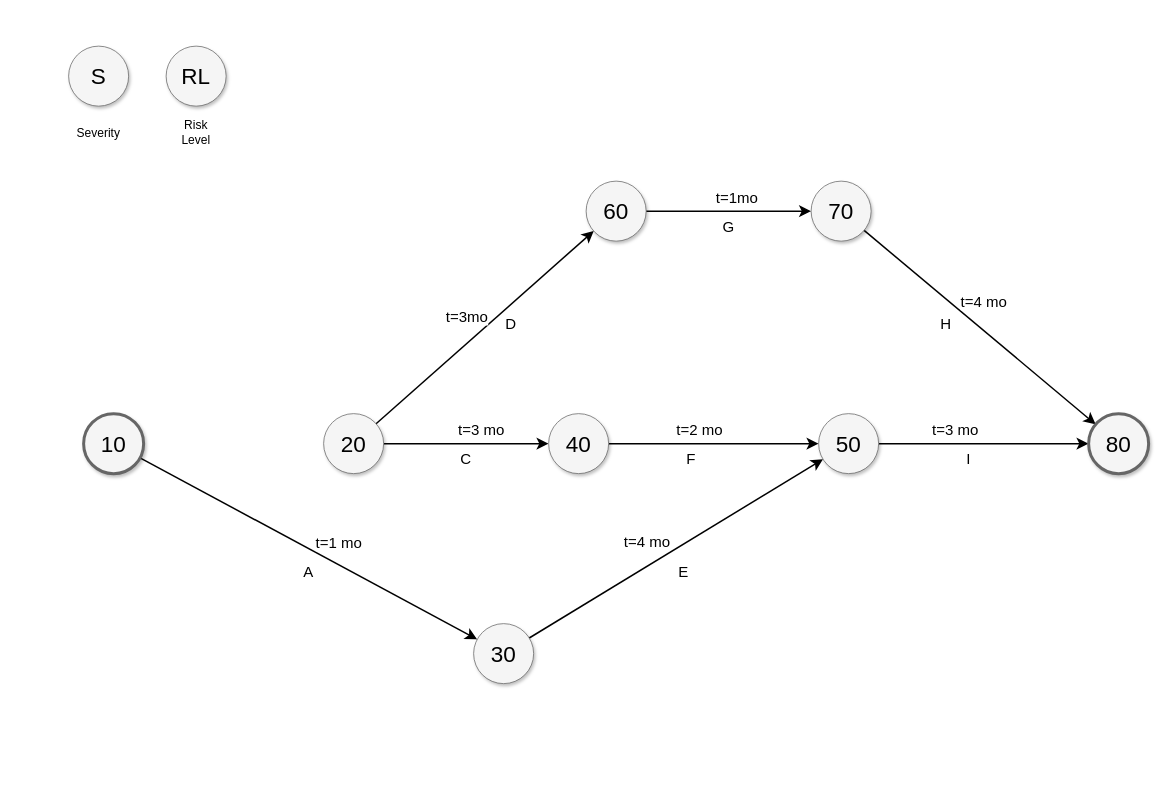
This is Untitled Diagram.drawio from moloti/Accident-Prediction, a draw.io file, before an edit. Source tidied: cells renumbered, new cells numbered last; positions are measured from the earlier drawing's top-left corner, leaving out a move shared by most shapes. Both pictures are drawn from the tidied source at 75%, with x=0, y=0 at pixel (68, 46).
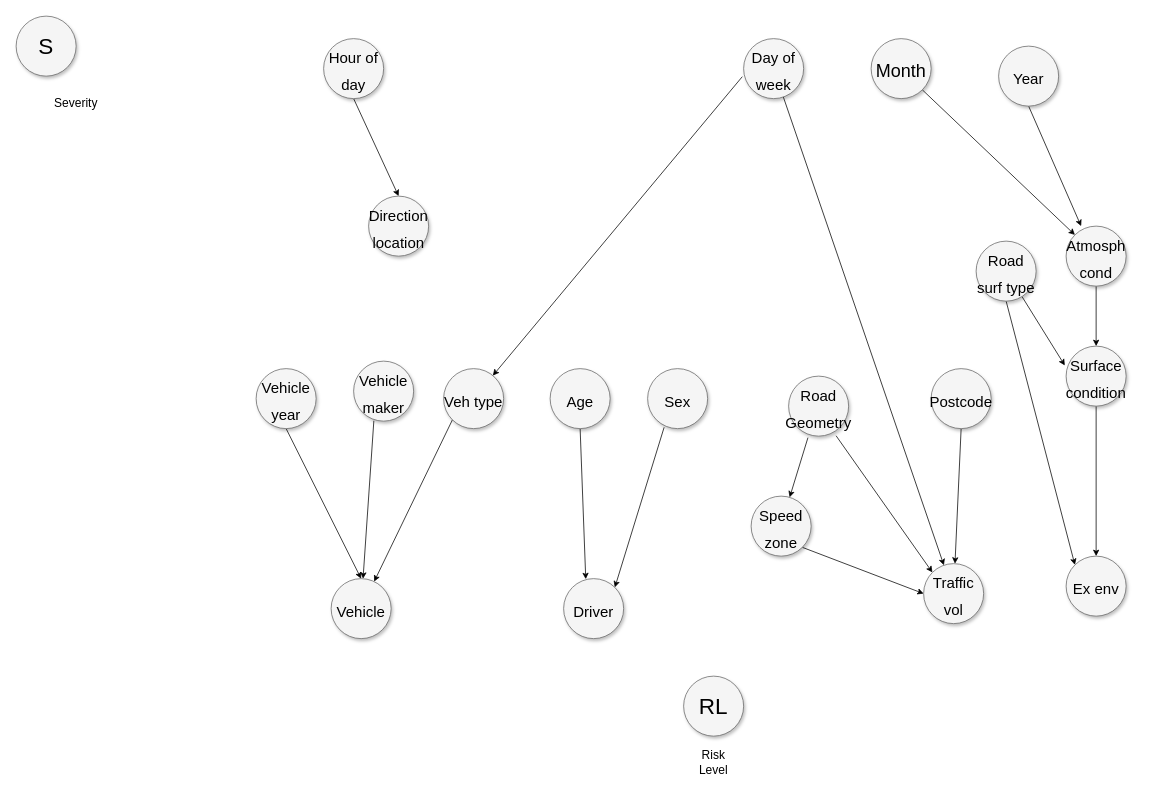
The same diagram, later.

Change to the diagram source:
```diff
@@
-    <mxCell id="2" style="edgeStyle=none;curved=1;html=1;startSize=10;endFill=1;endSize=10;strokeWidth=2;fontSize=12;" parent="1" edge="1" source="4" target="12">
-      <mxGeometry relative="1" as="geometry" />
-    </mxCell>
-    <mxCell id="3" value="t=1 mo" style="text;html=1;align=center;verticalAlign=middle;labelBackgroundColor=#ffffff;fontSize=20;" parent="2" vertex="1">
-      <mxGeometry x="-0.07" y="-2" relative="1" as="geometry">
-        <mxPoint x="57" y="-3" as="offset" />
-      </mxGeometry>
-    </mxCell>
-    <mxCell id="4" value="10" style="ellipse;whiteSpace=wrap;html=1;rounded=0;shadow=1;strokeColor=#666666;strokeWidth=4;fontSize=30;align=center;fillColor=#f5f5f5;" parent="1" vertex="1">
-      <mxGeometry x="20" y="490" width="80" height="80" as="geometry" />
-    </mxCell>
-    <mxCell id="5" style="edgeStyle=none;curved=1;html=1;startSize=10;endFill=1;endSize=10;strokeWidth=2;fontSize=12;" parent="1" edge="1" source="9" target="21">
-      <mxGeometry relative="1" as="geometry" />
-    </mxCell>
-    <mxCell id="6" value="t=3 mo" style="text;html=1;align=center;verticalAlign=middle;labelBackgroundColor=#ffffff;fontSize=20;" parent="5" vertex="1">
-      <mxGeometry x="0.15" relative="1" as="geometry">
-        <mxPoint x="3" y="-20" as="offset" />
-      </mxGeometry>
-    </mxCell>
-    <mxCell id="7" style="edgeStyle=none;curved=1;html=1;startSize=10;endFill=1;endSize=10;strokeWidth=2;fontSize=12;" parent="1" edge="1" source="9" target="18">
-      <mxGeometry relative="1" as="geometry" />
-    </mxCell>
-    <mxCell id="8" value="t=3mo" style="text;html=1;align=center;verticalAlign=middle;labelBackgroundColor=#ffffff;fontSize=20;" parent="7" vertex="1">
-      <mxGeometry x="0.17" y="-3" relative="1" as="geometry">
-        <mxPoint x="-51" y="4" as="offset" />
-      </mxGeometry>
-    </mxCell>
-    <mxCell id="9" value="20" style="ellipse;whiteSpace=wrap;html=1;rounded=0;shadow=1;strokeColor=#666666;strokeWidth=1;fontSize=30;align=center;fillColor=#f5f5f5;" parent="1" vertex="1">
-      <mxGeometry x="340" y="490" width="80" height="80" as="geometry" />
-    </mxCell>
-    <mxCell id="10" style="edgeStyle=none;curved=1;html=1;startSize=10;endFill=1;endSize=10;strokeWidth=2;fontSize=12;" parent="1" edge="1" source="12" target="15">
-      <mxGeometry relative="1" as="geometry" />
-    </mxCell>
-    <mxCell id="11" value="t=4 mo" style="text;html=1;align=center;verticalAlign=middle;labelBackgroundColor=#ffffff;fontSize=20;" parent="10" vertex="1">
-      <mxGeometry x="-0.13" y="-6" relative="1" as="geometry">
-        <mxPoint x="-17" y="-31" as="offset" />
-      </mxGeometry>
-    </mxCell>
-    <mxCell id="12" value="30" style="ellipse;whiteSpace=wrap;html=1;rounded=0;shadow=1;strokeColor=#666666;strokeWidth=1;fontSize=30;align=center;fillColor=#f5f5f5;" parent="1" vertex="1">
-      <mxGeometry x="540" y="770" width="80" height="80" as="geometry" />
-    </mxCell>
-    <mxCell id="13" style="edgeStyle=none;curved=1;html=1;startSize=10;endFill=1;endSize=10;strokeWidth=2;fontSize=12;" parent="1" edge="1" source="15" target="25">
-      <mxGeometry relative="1" as="geometry" />
-    </mxCell>
-    <mxCell id="14" value="t=3 mo" style="text;html=1;align=center;verticalAlign=middle;labelBackgroundColor=#ffffff;fontSize=20;" parent="13" vertex="1">
-      <mxGeometry x="-0.41" y="-1" relative="1" as="geometry">
-        <mxPoint x="18" y="-21" as="offset" />
-      </mxGeometry>
-    </mxCell>
-    <mxCell id="15" value="50" style="ellipse;whiteSpace=wrap;html=1;rounded=0;shadow=1;strokeColor=#666666;strokeWidth=1;fontSize=30;align=center;fillColor=#f5f5f5;" parent="1" vertex="1">
-      <mxGeometry x="1000" y="490" width="80" height="80" as="geometry" />
-    </mxCell>
-    <mxCell id="16" style="edgeStyle=none;curved=1;html=1;startSize=10;endFill=1;endSize=10;strokeWidth=2;fontSize=12;" parent="1" edge="1" source="18" target="24">
-      <mxGeometry relative="1" as="geometry" />
-    </mxCell>
-    <mxCell id="17" value="t=1mo" style="text;html=1;align=center;verticalAlign=middle;labelBackgroundColor=#ffffff;fontSize=20;" parent="16" vertex="1">
-      <mxGeometry x="-0.07" y="-5" relative="1" as="geometry">
-        <mxPoint x="18" y="-25" as="offset" />
-      </mxGeometry>
-    </mxCell>
-    <mxCell id="18" value="60" style="ellipse;whiteSpace=wrap;html=1;rounded=0;shadow=1;strokeColor=#666666;strokeWidth=1;fontSize=30;align=center;fillColor=#f5f5f5;" parent="1" vertex="1">
-      <mxGeometry x="690" y="180" width="80" height="80" as="geometry" />
-    </mxCell>
-    <mxCell id="19" style="edgeStyle=none;curved=1;html=1;startSize=10;endFill=1;endSize=10;strokeWidth=2;fontSize=12;" parent="1" edge="1" source="21" target="15">
-      <mxGeometry relative="1" as="geometry" />
-    </mxCell>
-    <mxCell id="20" value="t=2 mo" style="text;html=1;align=center;verticalAlign=middle;labelBackgroundColor=#ffffff;fontSize=20;" parent="19" vertex="1">
-      <mxGeometry x="-0.35" y="-1" relative="1" as="geometry">
-        <mxPoint x="29" y="-21" as="offset" />
-      </mxGeometry>
-    </mxCell>
-    <mxCell id="21" value="40" style="ellipse;whiteSpace=wrap;html=1;rounded=0;shadow=1;strokeColor=#666666;strokeWidth=1;fontSize=30;align=center;fillColor=#f5f5f5;" parent="1" vertex="1">
-      <mxGeometry x="640" y="490" width="80" height="80" as="geometry" />
-    </mxCell>
-    <mxCell id="22" style="edgeStyle=none;curved=1;html=1;startSize=10;endFill=1;endSize=10;strokeWidth=2;fontSize=12;" parent="1" edge="1" source="24" target="25">
-      <mxGeometry relative="1" as="geometry" />
-    </mxCell>
-    <mxCell id="23" value="t=4 mo" style="text;html=1;align=center;verticalAlign=middle;labelBackgroundColor=#ffffff;fontSize=20;" parent="22" vertex="1">
-      <mxGeometry x="-0.27" y="2" relative="1" as="geometry">
-        <mxPoint x="45" y="1" as="offset" />
-      </mxGeometry>
-    </mxCell>
-    <mxCell id="24" value="70" style="ellipse;whiteSpace=wrap;html=1;rounded=0;shadow=1;strokeColor=#666666;strokeWidth=1;fontSize=30;align=center;fillColor=#f5f5f5;" parent="1" vertex="1">
-      <mxGeometry x="990" y="180" width="80" height="80" as="geometry" />
-    </mxCell>
-    <mxCell id="25" value="80" style="ellipse;whiteSpace=wrap;html=1;rounded=0;shadow=1;strokeColor=#666666;strokeWidth=4;fontSize=30;align=center;fillColor=#f5f5f5;" parent="1" vertex="1">
-      <mxGeometry x="1360" y="490" width="80" height="80" as="geometry" />
-    </mxCell>
-    <mxCell id="26" value="A" style="text;html=1;strokeColor=none;fillColor=none;align=center;verticalAlign=middle;whiteSpace=wrap;rounded=0;shadow=1;labelBackgroundColor=none;fontSize=20;" parent="1" vertex="1">
-      <mxGeometry x="300" y="690" width="40" height="20" as="geometry" />
-    </mxCell>
-    <mxCell id="27" value="C" style="text;html=1;strokeColor=none;fillColor=none;align=center;verticalAlign=middle;whiteSpace=wrap;rounded=0;shadow=1;labelBackgroundColor=none;fontSize=20;" parent="1" vertex="1">
-      <mxGeometry x="510" y="540" width="40" height="20" as="geometry" />
-    </mxCell>
-    <mxCell id="28" value="D" style="text;html=1;strokeColor=none;fillColor=none;align=center;verticalAlign=middle;whiteSpace=wrap;rounded=0;shadow=1;labelBackgroundColor=none;fontSize=20;" parent="1" vertex="1">
-      <mxGeometry x="570" y="360" width="40" height="20" as="geometry" />
-    </mxCell>
-    <mxCell id="29" value="E" style="text;html=1;strokeColor=none;fillColor=none;align=center;verticalAlign=middle;whiteSpace=wrap;rounded=0;shadow=1;labelBackgroundColor=none;fontSize=20;" parent="1" vertex="1">
-      <mxGeometry x="800" y="690" width="40" height="20" as="geometry" />
-    </mxCell>
-    <mxCell id="30" value="F" style="text;html=1;strokeColor=none;fillColor=none;align=center;verticalAlign=middle;whiteSpace=wrap;rounded=0;shadow=1;labelBackgroundColor=none;fontSize=20;" parent="1" vertex="1">
-      <mxGeometry x="810" y="540" width="40" height="20" as="geometry" />
-    </mxCell>
-    <mxCell id="31" value="G" style="text;html=1;strokeColor=none;fillColor=none;align=center;verticalAlign=middle;whiteSpace=wrap;rounded=0;shadow=1;labelBackgroundColor=none;fontSize=20;" parent="1" vertex="1">
-      <mxGeometry x="860" y="230" width="40" height="20" as="geometry" />
-    </mxCell>
-    <mxCell id="32" value="H" style="text;html=1;strokeColor=none;fillColor=none;align=center;verticalAlign=middle;whiteSpace=wrap;rounded=0;shadow=1;labelBackgroundColor=none;fontSize=20;" parent="1" vertex="1">
-      <mxGeometry x="1150" y="360" width="40" height="20" as="geometry" />
-    </mxCell>
-    <mxCell id="33" value="I" style="text;html=1;strokeColor=none;fillColor=none;align=center;verticalAlign=middle;whiteSpace=wrap;rounded=0;shadow=1;labelBackgroundColor=none;fontSize=20;" parent="1" vertex="1">
-      <mxGeometry x="1180" y="540" width="40" height="20" as="geometry" />
-    </mxCell>
     <mxCell id="34" value="S" style="ellipse;whiteSpace=wrap;html=1;rounded=0;shadow=1;strokeColor=#666666;strokeWidth=1;fontSize=30;align=center;fillColor=#f5f5f5;labelPadding=0;" parent="1" vertex="1">
-      <mxGeometry width="80" height="80" as="geometry" />
+      <mxGeometry x="-70" y="-40" width="80" height="80" as="geometry" />
     </mxCell>
     <mxCell id="35" value="&lt;font style=&quot;font-size: 16px&quot;&gt;Severity&lt;/font&gt;" style="text;html=1;strokeColor=none;fillColor=none;align=center;verticalAlign=middle;whiteSpace=wrap;rounded=0;" parent="1" vertex="1">
-      <mxGeometry x="10" y="100" width="60" height="30" as="geometry" />
+      <mxGeometry x="-20" y="60" width="60" height="30" as="geometry" />
     </mxCell>
     <mxCell id="36" value="RL" style="ellipse;whiteSpace=wrap;html=1;rounded=0;shadow=1;strokeColor=#666666;strokeWidth=1;fontSize=30;align=center;fillColor=#f5f5f5;labelPadding=0;" parent="1" vertex="1">
-      <mxGeometry x="130" width="80" height="80" as="geometry" />
+      <mxGeometry x="820" y="840" width="80" height="80" as="geometry" />
     </mxCell>
     <mxCell id="37" value="&lt;font style=&quot;font-size: 16px&quot;&gt;Risk Level&lt;/font&gt;" style="text;html=1;strokeColor=none;fillColor=none;align=center;verticalAlign=middle;whiteSpace=wrap;rounded=0;" parent="1" vertex="1">
-      <mxGeometry x="140" y="100" width="60" height="30" as="geometry" />
+      <mxGeometry x="830" y="940" width="60" height="30" as="geometry" />
     </mxCell>
+    <mxCell id="38" style="rounded=0;jettySize=auto;html=1;exitX=1;exitY=1;exitDx=0;exitDy=0;entryX=0;entryY=0;entryDx=0;entryDy=0;fontSize=20;" parent="1" edge="1" source="39" target="61">
+      <mxGeometry relative="1" as="geometry" />
+    </mxCell>
+    <mxCell id="39" value="&lt;font style=&quot;font-size: 24px&quot;&gt;Month&lt;/font&gt;" style="ellipse;whiteSpace=wrap;html=1;rounded=0;shadow=1;strokeColor=#666666;strokeWidth=1;fontSize=30;align=center;fillColor=#f5f5f5;labelPadding=0;" parent="1" vertex="1">
+      <mxGeometry x="1070" y="-10" width="80" height="80" as="geometry" />
+    </mxCell>
+    <mxCell id="40" style="edgeStyle=none;rounded=0;jettySize=auto;html=1;exitX=0.5;exitY=1;exitDx=0;exitDy=0;entryX=0.5;entryY=0;entryDx=0;entryDy=0;fontSize=20;" parent="1" edge="1" source="41" target="49">
+      <mxGeometry relative="1" as="geometry" />
+    </mxCell>
+    <mxCell id="41" value="&lt;span style=&quot;line-height: 0.9&quot;&gt;&lt;font style=&quot;font-size: 20px&quot;&gt;Hour of day&lt;/font&gt;&lt;/span&gt;" style="ellipse;whiteSpace=wrap;html=1;rounded=0;shadow=1;strokeColor=#666666;strokeWidth=1;fontSize=30;align=center;fillColor=#f5f5f5;labelPadding=0;" parent="1" vertex="1">
+      <mxGeometry x="340" y="-10" width="80" height="80" as="geometry" />
+    </mxCell>
+    <mxCell id="42" style="edgeStyle=none;rounded=0;jettySize=auto;html=1;fontSize=20;" parent="1" edge="1" source="44" target="75">
+      <mxGeometry relative="1" as="geometry" />
+    </mxCell>
+    <mxCell id="43" style="edgeStyle=none;rounded=0;jettySize=auto;html=1;exitX=-0.022;exitY=0.634;exitDx=0;exitDy=0;fontSize=20;exitPerimeter=0;" parent="1" edge="1" source="44" target="63">
+      <mxGeometry relative="1" as="geometry" />
+    </mxCell>
+    <mxCell id="44" value="&lt;font style=&quot;font-size: 20px&quot;&gt;Day of week&lt;/font&gt;" style="ellipse;whiteSpace=wrap;html=1;rounded=0;shadow=1;strokeColor=#666666;strokeWidth=1;fontSize=30;align=center;fillColor=#f5f5f5;labelPadding=0;" parent="1" vertex="1">
+      <mxGeometry x="900" y="-10" width="80" height="80" as="geometry" />
+    </mxCell>
+    <mxCell id="45" style="edgeStyle=none;rounded=0;jettySize=auto;html=1;exitX=0.5;exitY=1;exitDx=0;exitDy=0;entryX=0.369;entryY=0.009;entryDx=0;entryDy=0;entryPerimeter=0;fontSize=20;" parent="1" edge="1" source="46" target="70">
+      <mxGeometry relative="1" as="geometry" />
+    </mxCell>
+    <mxCell id="46" value="&lt;font style=&quot;font-size: 20px&quot;&gt;Age&lt;br&gt;&lt;/font&gt;" style="ellipse;whiteSpace=wrap;html=1;rounded=0;shadow=1;strokeColor=#666666;strokeWidth=1;fontSize=30;align=center;fillColor=#f5f5f5;labelPadding=0;" parent="1" vertex="1">
+      <mxGeometry x="642" y="430" width="80" height="80" as="geometry" />
+    </mxCell>
+    <mxCell id="47" style="edgeStyle=none;rounded=0;jettySize=auto;html=1;exitX=1;exitY=1;exitDx=0;exitDy=0;fontSize=20;entryX=0;entryY=0.5;entryDx=0;entryDy=0;entryPerimeter=0;" parent="1" edge="1" source="48" target="75">
+      <mxGeometry relative="1" as="geometry" />
+    </mxCell>
+    <mxCell id="48" value="&lt;font style=&quot;font-size: 20px&quot;&gt;Speed zone&lt;br&gt;&lt;/font&gt;" style="ellipse;whiteSpace=wrap;html=1;rounded=0;shadow=1;strokeColor=#666666;strokeWidth=1;fontSize=30;align=center;fillColor=#f5f5f5;labelPadding=0;" parent="1" vertex="1">
+      <mxGeometry x="910" y="600" width="80" height="80" as="geometry" />
+    </mxCell>
+    <mxCell id="49" value="&lt;font style=&quot;font-size: 20px&quot;&gt;Direction location&lt;br&gt;&lt;/font&gt;" style="ellipse;whiteSpace=wrap;html=1;rounded=0;shadow=1;strokeColor=#666666;strokeWidth=1;fontSize=30;align=center;fillColor=#f5f5f5;labelPadding=0;" parent="1" vertex="1">
+      <mxGeometry x="400" y="200" width="80" height="80" as="geometry" />
+    </mxCell>
+    <mxCell id="50" style="edgeStyle=none;rounded=0;jettySize=auto;html=1;exitX=0.5;exitY=1;exitDx=0;exitDy=0;entryX=0.5;entryY=0;entryDx=0;entryDy=0;fontSize=20;" parent="1" edge="1" source="51" target="59">
+      <mxGeometry relative="1" as="geometry" />
+    </mxCell>
+    <mxCell id="51" value="&lt;font style=&quot;font-size: 20px&quot;&gt;Surface condition&lt;br&gt;&lt;/font&gt;" style="ellipse;whiteSpace=wrap;html=1;rounded=0;shadow=1;strokeColor=#666666;strokeWidth=1;fontSize=30;align=center;fillColor=#f5f5f5;labelPadding=0;" parent="1" vertex="1">
+      <mxGeometry x="1330" y="400" width="80" height="80" as="geometry" />
+    </mxCell>
+    <mxCell id="52" style="edgeStyle=none;rounded=0;jettySize=auto;html=1;exitX=0.791;exitY=0.994;exitDx=0;exitDy=0;entryX=0;entryY=0;entryDx=0;entryDy=0;fontSize=20;exitPerimeter=0;" parent="1" edge="1" source="54" target="75">
+      <mxGeometry relative="1" as="geometry" />
+    </mxCell>
+    <mxCell id="53" style="edgeStyle=none;rounded=0;jettySize=auto;html=1;exitX=0.322;exitY=1.025;exitDx=0;exitDy=0;fontSize=20;exitPerimeter=0;" parent="1" edge="1" source="54" target="48">
+      <mxGeometry relative="1" as="geometry" />
+    </mxCell>
+    <mxCell id="54" value="&lt;font style=&quot;font-size: 20px&quot;&gt;Road Geometry&lt;br&gt;&lt;/font&gt;" style="ellipse;whiteSpace=wrap;html=1;rounded=0;shadow=1;strokeColor=#666666;strokeWidth=1;fontSize=30;align=center;fillColor=#f5f5f5;labelPadding=0;" parent="1" vertex="1">
+      <mxGeometry x="960" y="440" width="80" height="80" as="geometry" />
+    </mxCell>
+    <mxCell id="55" style="edgeStyle=none;rounded=0;jettySize=auto;html=1;exitX=0.5;exitY=1;exitDx=0;exitDy=0;fontSize=20;" parent="1" edge="1" source="56" target="75">
+      <mxGeometry relative="1" as="geometry" />
+    </mxCell>
+    <mxCell id="56" value="&lt;font style=&quot;font-size: 20px&quot;&gt;Postcode&lt;br&gt;&lt;/font&gt;" style="ellipse;whiteSpace=wrap;html=1;rounded=0;shadow=1;strokeColor=#666666;strokeWidth=1;fontSize=30;align=center;fillColor=#f5f5f5;labelPadding=0;" parent="1" vertex="1">
+      <mxGeometry x="1150" y="430" width="80" height="80" as="geometry" />
+    </mxCell>
+    <mxCell id="57" style="edgeStyle=none;rounded=0;jettySize=auto;html=1;exitX=0.5;exitY=1;exitDx=0;exitDy=0;entryX=0.5;entryY=0;entryDx=0;entryDy=0;fontSize=20;" parent="1" edge="1" source="58" target="67">
+      <mxGeometry relative="1" as="geometry" />
+    </mxCell>
+    <mxCell id="58" value="&lt;font style=&quot;font-size: 20px&quot;&gt;Vehicle year&lt;br&gt;&lt;/font&gt;" style="ellipse;whiteSpace=wrap;html=1;rounded=0;shadow=1;strokeColor=#666666;strokeWidth=1;fontSize=30;align=center;fillColor=#f5f5f5;labelPadding=0;" parent="1" vertex="1">
+      <mxGeometry x="250" y="430" width="80" height="80" as="geometry" />
+    </mxCell>
+    <mxCell id="59" value="&lt;font style=&quot;font-size: 20px&quot;&gt;Ex env&lt;br&gt;&lt;/font&gt;" style="ellipse;whiteSpace=wrap;html=1;rounded=0;shadow=1;strokeColor=#666666;strokeWidth=1;fontSize=30;align=center;fillColor=#f5f5f5;labelPadding=0;" parent="1" vertex="1">
+      <mxGeometry x="1330" y="680" width="80" height="80" as="geometry" />
+    </mxCell>
+    <mxCell id="60" style="edgeStyle=none;rounded=0;jettySize=auto;html=1;fontSize=20;" parent="1" edge="1" source="61" target="51">
+      <mxGeometry relative="1" as="geometry" />
+    </mxCell>
+    <mxCell id="61" value="&lt;font style=&quot;font-size: 20px&quot;&gt;Atmosph cond&lt;br&gt;&lt;/font&gt;" style="ellipse;whiteSpace=wrap;html=1;rounded=0;shadow=1;strokeColor=#666666;strokeWidth=1;fontSize=30;align=center;fillColor=#f5f5f5;labelPadding=0;" parent="1" vertex="1">
+      <mxGeometry x="1330" y="240" width="80" height="80" as="geometry" />
+    </mxCell>
+    <mxCell id="62" style="edgeStyle=none;rounded=0;jettySize=auto;html=1;exitX=0;exitY=1;exitDx=0;exitDy=0;fontSize=20;" parent="1" edge="1" source="63" target="67">
+      <mxGeometry relative="1" as="geometry" />
+    </mxCell>
+    <mxCell id="63" value="&lt;font style=&quot;font-size: 20px&quot;&gt;Veh type&lt;br&gt;&lt;/font&gt;" style="ellipse;whiteSpace=wrap;html=1;rounded=0;shadow=1;strokeColor=#666666;strokeWidth=1;fontSize=30;align=center;fillColor=#f5f5f5;labelPadding=0;" parent="1" vertex="1">
+      <mxGeometry x="500" y="430" width="80" height="80" as="geometry" />
+    </mxCell>
+    <mxCell id="64" style="edgeStyle=none;rounded=0;jettySize=auto;html=1;entryX=-0.022;entryY=0.322;entryDx=0;entryDy=0;entryPerimeter=0;fontSize=20;" parent="1" edge="1" source="66" target="51">
+      <mxGeometry relative="1" as="geometry" />
+    </mxCell>
+    <mxCell id="65" style="edgeStyle=none;rounded=0;jettySize=auto;html=1;exitX=0.5;exitY=1;exitDx=0;exitDy=0;entryX=0;entryY=0;entryDx=0;entryDy=0;fontSize=20;" parent="1" edge="1" source="66" target="59">
+      <mxGeometry relative="1" as="geometry" />
+    </mxCell>
+    <mxCell id="66" value="&lt;font style=&quot;font-size: 20px&quot;&gt;Road surf type&lt;br&gt;&lt;/font&gt;" style="ellipse;whiteSpace=wrap;html=1;rounded=0;shadow=1;strokeColor=#666666;strokeWidth=1;fontSize=30;align=center;fillColor=#f5f5f5;labelPadding=0;" parent="1" vertex="1">
+      <mxGeometry x="1210" y="260" width="80" height="80" as="geometry" />
+    </mxCell>
+    <mxCell id="67" value="&lt;font style=&quot;font-size: 20px&quot;&gt;Vehicle&lt;br&gt;&lt;/font&gt;" style="ellipse;whiteSpace=wrap;html=1;rounded=0;shadow=1;strokeColor=#666666;strokeWidth=1;fontSize=30;align=center;fillColor=#f5f5f5;labelPadding=0;" parent="1" vertex="1">
+      <mxGeometry x="350" y="710" width="80" height="80" as="geometry" />
+    </mxCell>
+    <mxCell id="68" style="edgeStyle=none;rounded=0;jettySize=auto;html=1;exitX=0.275;exitY=0.978;exitDx=0;exitDy=0;entryX=1;entryY=0;entryDx=0;entryDy=0;fontSize=20;exitPerimeter=0;" parent="1" edge="1" source="69" target="70">
+      <mxGeometry relative="1" as="geometry" />
+    </mxCell>
+    <mxCell id="69" value="&lt;font style=&quot;font-size: 20px&quot;&gt;Sex&lt;br&gt;&lt;/font&gt;" style="ellipse;whiteSpace=wrap;html=1;rounded=0;shadow=1;strokeColor=#666666;strokeWidth=1;fontSize=30;align=center;fillColor=#f5f5f5;labelPadding=0;" parent="1" vertex="1">
+      <mxGeometry x="772" y="430" width="80" height="80" as="geometry" />
+    </mxCell>
+    <mxCell id="70" value="&lt;font style=&quot;font-size: 20px&quot;&gt;Driver&lt;br&gt;&lt;/font&gt;" style="ellipse;whiteSpace=wrap;html=1;rounded=0;shadow=1;strokeColor=#666666;strokeWidth=1;fontSize=30;align=center;fillColor=#f5f5f5;labelPadding=0;" parent="1" vertex="1">
+      <mxGeometry x="660" y="710" width="80" height="80" as="geometry" />
+    </mxCell>
+    <mxCell id="71" style="rounded=0;jettySize=auto;html=1;exitX=0.5;exitY=1;exitDx=0;exitDy=0;entryX=0.25;entryY=0;entryDx=0;entryDy=0;fontSize=20;entryPerimeter=0;" parent="1" edge="1" source="72" target="61">
+      <mxGeometry relative="1" as="geometry" />
+    </mxCell>
+    <mxCell id="72" value="&lt;font style=&quot;font-size: 20px&quot;&gt;Year&lt;br&gt;&lt;/font&gt;" style="ellipse;whiteSpace=wrap;html=1;rounded=0;shadow=1;strokeColor=#666666;strokeWidth=1;fontSize=30;align=center;fillColor=#f5f5f5;labelPadding=0;" parent="1" vertex="1">
+      <mxGeometry x="1240" width="80" height="80" as="geometry" />
+    </mxCell>
+    <mxCell id="73" style="edgeStyle=none;rounded=0;jettySize=auto;html=1;exitX=0.337;exitY=0.994;exitDx=0;exitDy=0;fontSize=20;exitPerimeter=0;" parent="1" edge="1" source="74" target="67">
+      <mxGeometry relative="1" as="geometry" />
+    </mxCell>
+    <mxCell id="74" value="&lt;font style=&quot;font-size: 20px&quot;&gt;Vehicle maker&lt;br&gt;&lt;/font&gt;" style="ellipse;whiteSpace=wrap;html=1;rounded=0;shadow=1;strokeColor=#666666;strokeWidth=1;fontSize=30;align=center;fillColor=#f5f5f5;labelPadding=0;" parent="1" vertex="1">
+      <mxGeometry x="380" y="420" width="80" height="80" as="geometry" />
+    </mxCell>
+    <mxCell id="75" value="&lt;font style=&quot;font-size: 20px&quot;&gt;Traffic vol&lt;br&gt;&lt;/font&gt;" style="ellipse;whiteSpace=wrap;html=1;rounded=0;shadow=1;strokeColor=#666666;strokeWidth=1;fontSize=30;align=center;fillColor=#f5f5f5;labelPadding=0;" parent="1" vertex="1">
+      <mxGeometry x="1140" y="690" width="80" height="80" as="geometry" />
+    </mxCell>
```
